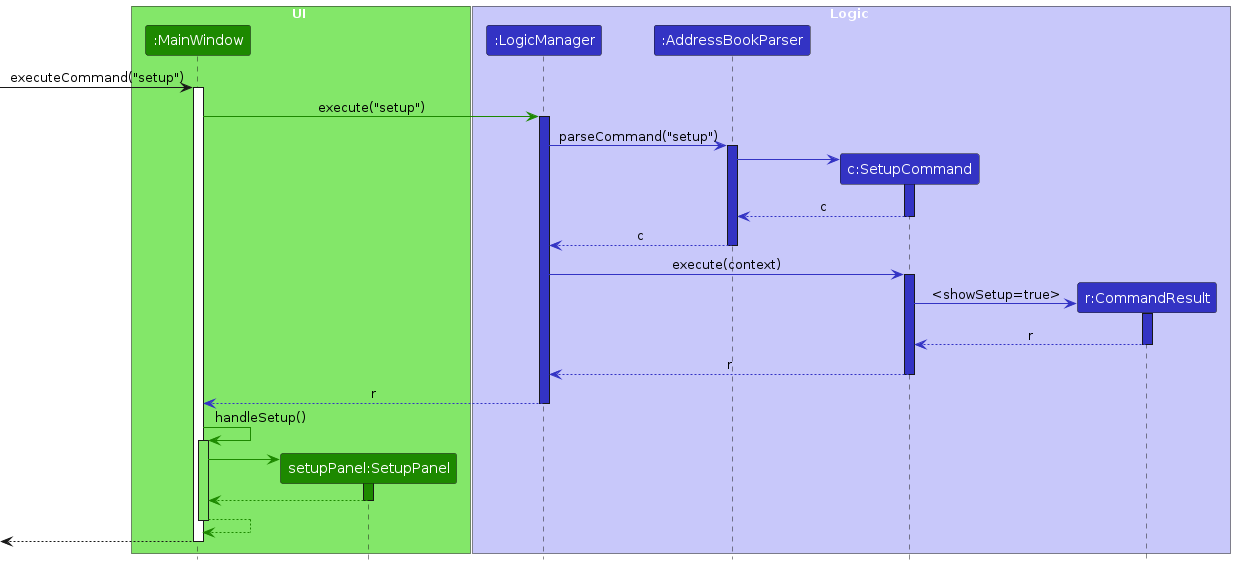
This is diagrams/SetupSequenceDiagram.png from AY2526S2-CS2103T-T15-2/tp, a PlantUML export, as it was before one commit. Its source is kept beside it as diagrams/SetupSequenceDiagram.puml.
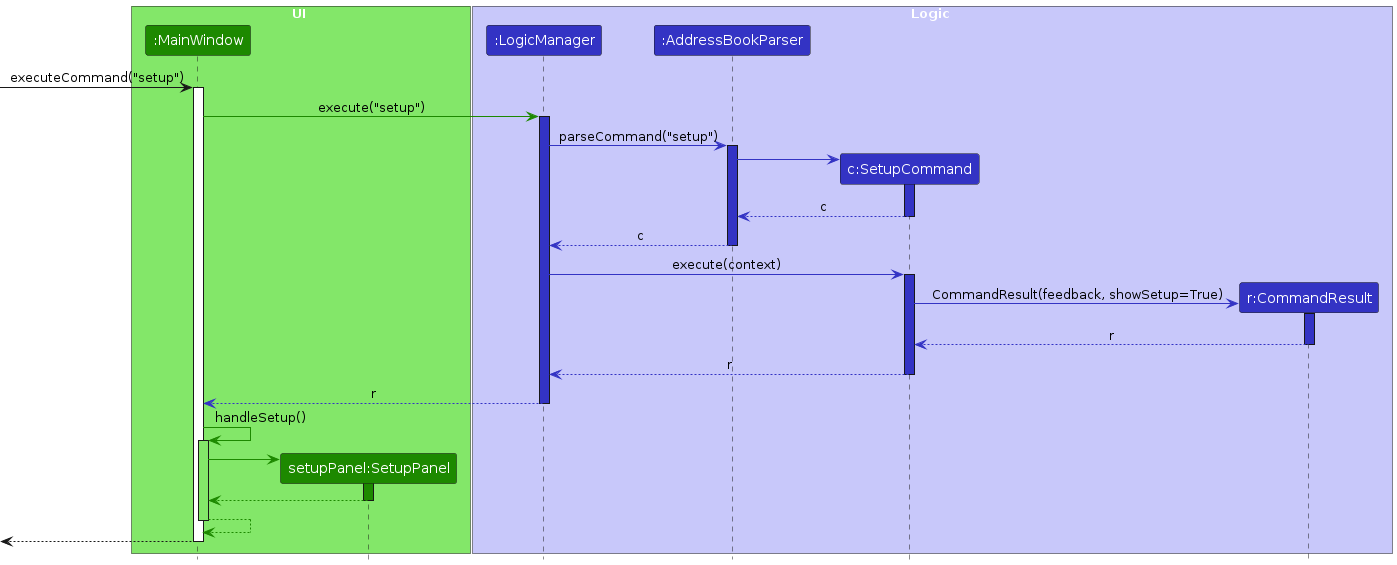
After the change.

Diff of the diagram source:
```diff
@@ -37,7 +37,7 @@
 activate SetupCommand LOGIC_COLOR
 
 create CommandResult
-SetupCommand -[LOGIC_COLOR]> CommandResult : <showSetup=true>
+SetupCommand -[LOGIC_COLOR]> CommandResult : CommandResult(feedback, showSetup=True)
 activate CommandResult LOGIC_COLOR
 
 CommandResult --[LOGIC_COLOR]> SetupCommand : r
```
